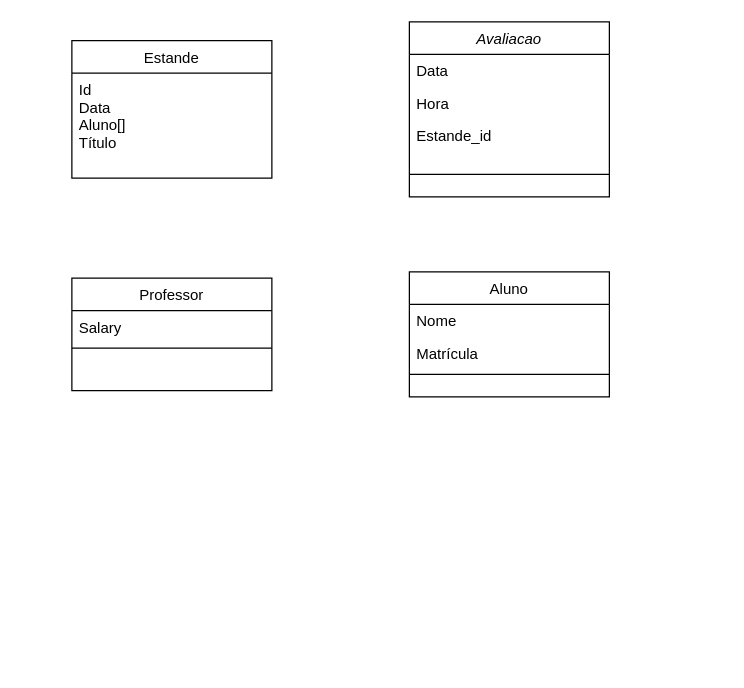
Earlier version of the draw.io diagram Diagrama sem nome.drawio (eognus/POO2_projetob1). Source tidied: cells renumbered, new cells numbered last; positions are measured from the earlier drawing's top-left corner, leaving out a move shared by most shapes. Both pictures are drawn from the tidied source at 125%, with x=0, y=0 at pixel (71, 21).
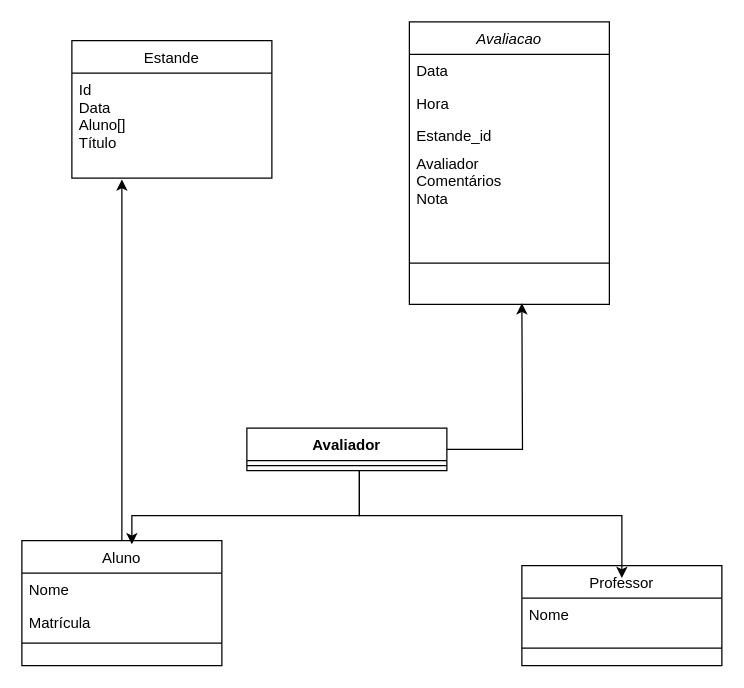
The same page after the edit.

The change refers to these unchanged cells:
```xml
<mxCell id="14" value="Estande" style="swimlane;fontStyle=0;align=center;verticalAlign=top;horizontal=1;startSize=26;rounded=0;shadow=0;strokeWidth=1;" parent="1" vertex="1">
  <mxGeometry y="15" width="160" height="110" as="geometry" />
</mxCell>
```

What changed in the source:
```diff
@@
     <mxCell id="2" value="Avaliacao" style="swimlane;fontStyle=2;align=center;verticalAlign=top;horizontal=1;startSize=26;rounded=0;shadow=0;strokeWidth=1;" parent="1" vertex="1">
-      <mxGeometry x="270" width="160" height="140" as="geometry" />
+      <mxGeometry x="270" width="160" height="226" as="geometry" />
     </mxCell>
@@
-    <mxCell id="5" value="Estande_id" style="text;align=left;verticalAlign=top;spacingLeft=4;spacingRight=4;overflow=hidden;rounded=0;shadow=0;html=0;" parent="2" vertex="1">
-      <mxGeometry y="78" width="160" height="26" as="geometry" />
+    <mxCell id="5" value="Estande_id&#10;&#10;" style="text;align=left;verticalAlign=top;spacingLeft=4;spacingRight=4;overflow=hidden;rounded=0;shadow=0;html=0;" parent="2" vertex="1">
+      <mxGeometry y="78" width="160" height="22" as="geometry" />
     </mxCell>
+    <mxCell id="17" value="Avaliador&#10;Comentários&#10;Nota" style="text;align=left;verticalAlign=top;spacingLeft=4;spacingRight=4;overflow=hidden;rounded=0;shadow=0;html=0;" parent="2" vertex="1">
+      <mxGeometry y="100" width="160" height="60" as="geometry" />
+    </mxCell>
     <mxCell id="6" style="line;html=1;strokeWidth=1;align=left;verticalAlign=middle;spacingTop=-1;spacingLeft=3;spacingRight=3;labelPosition=right;" parent="2" vertex="1">
-      <mxGeometry y="104" width="160" height="36" as="geometry" />
+      <mxGeometry y="160" width="160" height="66" as="geometry" />
     </mxCell>
+    <mxCell id="18" style="edgeStyle=orthogonalEdgeStyle;rounded=0;jettySize=auto;html=1;entryX=0.25;entryY=1.012;entryDx=0;entryDy=0;entryPerimeter=0;" parent="1" edge="1" source="7" target="15">
+      <mxGeometry relative="1" as="geometry" />
+    </mxCell>
     <mxCell id="7" value="Aluno" style="swimlane;fontStyle=0;align=center;verticalAlign=top;horizontal=1;startSize=26;rounded=0;shadow=0;strokeWidth=1;" parent="1" vertex="1">
-      <mxGeometry x="270" y="200" width="160" height="100" as="geometry" />
+      <mxGeometry x="-40" y="415" width="160" height="100" as="geometry" />
     </mxCell>
@@
     <mxCell id="11" value="Professor" style="swimlane;fontStyle=0;align=center;verticalAlign=top;horizontal=1;startSize=26;rounded=0;shadow=0;strokeWidth=1;" parent="1" vertex="1">
-      <mxGeometry y="205" width="160" height="90" as="geometry" />
+      <mxGeometry x="360" y="435" width="160" height="80" as="geometry" />
     </mxCell>
-    <mxCell id="12" value="Salary" style="text;align=left;verticalAlign=top;spacingLeft=4;spacingRight=4;overflow=hidden;" parent="11" vertex="1">
+    <mxCell id="12" value="Nome&#10;" style="text;align=left;verticalAlign=top;spacingLeft=4;spacingRight=4;overflow=hidden;" parent="11" vertex="1">
       <mxGeometry y="26" width="160" height="26" as="geometry" />
     </mxCell>
     <mxCell id="13" style="line;html=1;strokeWidth=1;align=left;verticalAlign=middle;spacingTop=-1;spacingLeft=3;spacingRight=3;labelPosition=right;" parent="11" vertex="1">
-      <mxGeometry y="52" width="160" height="8" as="geometry" />
+      <mxGeometry y="52" width="160" height="28" as="geometry" />
     </mxCell>
@@
-    <mxCell id="15" value="Id&#10;Data&#10;Aluno[]&#10;Título" style="text;align=left;verticalAlign=top;spacingLeft=4;spacingRight=4;overflow=hidden;points=[[0,0.5],[1,0.5]];portConstraint=eastwest;" parent="14" vertex="1">
+    <mxCell id="15" value="Id&#10;Data&#10;Aluno[]&#10;Título&#10;" style="text;align=left;verticalAlign=top;spacingLeft=4;spacingRight=4;overflow=hidden;points=[[0,0.5],[1,0.5]];portConstraint=eastwest;" parent="14" vertex="1">
       <mxGeometry y="26" width="160" height="84" as="geometry" />
     </mxCell>
@@
+    <mxCell id="19" style="edgeStyle=orthogonalEdgeStyle;rounded=0;jettySize=auto;html=1;entryX=0.5;entryY=0.125;entryDx=0;entryDy=0;entryPerimeter=0;" parent="1" edge="1" source="22" target="11">
+      <mxGeometry relative="1" as="geometry">
+        <Array as="points">
+          <mxPoint x="230" y="395" />
+          <mxPoint x="440" y="395" />
+        </Array>
+      </mxGeometry>
+    </mxCell>
+    <mxCell id="20" style="edgeStyle=orthogonalEdgeStyle;rounded=0;jettySize=auto;html=1;entryX=0.55;entryY=0.03;entryDx=0;entryDy=0;entryPerimeter=0;" parent="1" edge="1" source="22" target="7">
+      <mxGeometry relative="1" as="geometry">
+        <Array as="points">
+          <mxPoint x="230" y="395" />
+          <mxPoint x="48" y="395" />
+        </Array>
+      </mxGeometry>
+    </mxCell>
+    <mxCell id="21" style="edgeStyle=orthogonalEdgeStyle;rounded=0;jettySize=auto;html=1;" parent="1" edge="1" source="22">
+      <mxGeometry relative="1" as="geometry">
+        <mxPoint x="360" y="225" as="targetPoint" />
+      </mxGeometry>
+    </mxCell>
+    <mxCell id="22" value="Avaliador" style="swimlane;fontStyle=1;align=center;verticalAlign=top;horizontal=1;startSize=26;whiteSpace=wrap;html=1;" parent="1" vertex="1">
+      <mxGeometry x="140" y="325" width="160" height="34" as="geometry" />
+    </mxCell>
+    <mxCell id="23" style="line;strokeWidth=1;fillColor=none;align=left;verticalAlign=middle;spacingTop=-1;spacingLeft=3;spacingRight=3;labelPosition=right;strokeColor=inherit;" parent="22" vertex="1">
+      <mxGeometry y="26" width="160" height="8" as="geometry" />
+    </mxCell>
```
